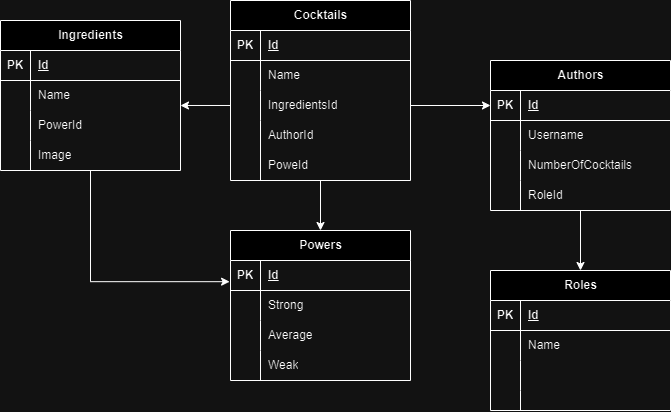
Before: database.drawio.png, a diagram exported from draw.io (exexeeeex/Funny-Cocktail). Source tidied: cells renumbered, new cells last; positions are measured from the earlier drawing's top-left corner, leaving out a move shared by most shapes.
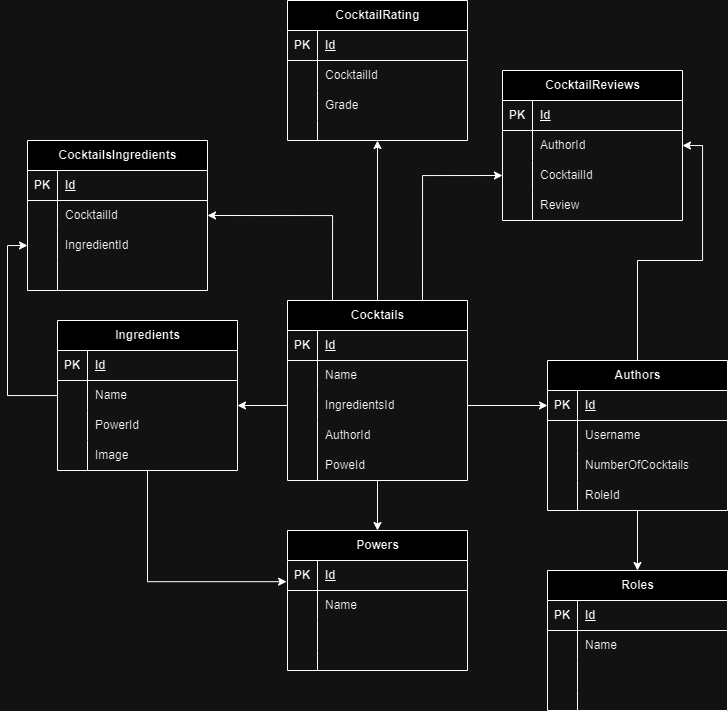
Later version of the same file.

Change to the diagram source:
```diff
@@ -5,6 +5,12 @@
     <mxCell id="2" style="edgeStyle=orthogonalEdgeStyle;rounded=0;jettySize=auto;html=1;entryX=0.5;entryY=0;entryDx=0;entryDy=0;" parent="1" edge="1" source="3" target="33">
       <mxGeometry relative="1" as="geometry" />
     </mxCell>
+    <mxCell id="77" style="edgeStyle=orthogonalEdgeStyle;rounded=0;jettySize=auto;html=1;exitX=0.25;exitY=0;exitDx=0;exitDy=0;entryX=1;entryY=0.5;entryDx=0;entryDy=0;" parent="1" edge="1" source="3" target="84">
+      <mxGeometry relative="1" as="geometry" />
+    </mxCell>
+    <mxCell id="78" style="edgeStyle=orthogonalEdgeStyle;rounded=0;jettySize=auto;html=1;exitX=0.75;exitY=0;exitDx=0;exitDy=0;entryX=0;entryY=0.5;entryDx=0;entryDy=0;" parent="1" edge="1" source="3" target="101">
+      <mxGeometry relative="1" as="geometry" />
+    </mxCell>
     <mxCell id="3" value="Cocktails" style="shape=table;startSize=30;rowLines=0;fontStyle=1;align=center;html=1;" parent="1" vertex="1">
       <mxGeometry x="230" width="180" height="180" as="geometry" />
     </mxCell>
@@ -53,6 +59,9 @@
     <mxCell id="18" style="edgeStyle=orthogonalEdgeStyle;rounded=0;jettySize=auto;html=1;entryX=0.5;entryY=0;entryDx=0;entryDy=0;" parent="1" edge="1" source="19" target="63">
       <mxGeometry relative="1" as="geometry" />
     </mxCell>
+    <mxCell id="79" style="edgeStyle=orthogonalEdgeStyle;rounded=0;jettySize=auto;html=1;entryX=1;entryY=0.5;entryDx=0;entryDy=0;" parent="1" edge="1" source="19" target="98">
+      <mxGeometry relative="1" as="geometry" />
+    </mxCell>
     <mxCell id="19" value="Authors" style="shape=table;startSize=30;rowLines=0;fontStyle=1;align=center;html=1;" parent="1" vertex="1">
       <mxGeometry x="490" y="60" width="180" height="150" as="geometry" />
     </mxCell>
@@ -96,7 +105,7 @@
       <mxGeometry relative="1" as="geometry" />
     </mxCell>
     <mxCell id="33" value="Powers" style="shape=table;startSize=30;rowLines=0;fontStyle=1;align=center;html=1;" parent="1" vertex="1">
-      <mxGeometry x="230" y="230" width="180" height="150" as="geometry" />
+      <mxGeometry x="230" y="230" width="180" height="140" as="geometry" />
     </mxCell>
     <mxCell id="34" style="shape=tableRow;horizontal=0;startSize=0;swimlaneHead=0;swimlaneBody=0;fillColor=none;points=[[0,0.5],[1,0.5]];portConstraint=eastwest;top=0;left=0;right=0;bottom=1;" parent="33" vertex="1">
       <mxGeometry y="30" width="180" height="30" as="geometry" />
@@ -113,7 +122,7 @@
     <mxCell id="38" style="shape=partialRectangle;fillColor=none;top=0;left=0;bottom=0;right=0;overflow=hidden;whiteSpace=wrap;html=1;" parent="37" vertex="1">
       <mxGeometry width="30" height="30" as="geometry" />
     </mxCell>
-    <mxCell id="39" value="Strong" style="shape=partialRectangle;fillColor=none;top=0;left=0;bottom=0;right=0;align=left;spacingLeft=6;overflow=hidden;whiteSpace=wrap;html=1;" parent="37" vertex="1">
+    <mxCell id="39" value="Name" style="shape=partialRectangle;fillColor=none;top=0;left=0;bottom=0;right=0;align=left;spacingLeft=6;overflow=hidden;whiteSpace=wrap;html=1;" parent="37" vertex="1">
       <mxGeometry x="30" width="150" height="30" as="geometry" />
     </mxCell>
     <mxCell id="40" style="shape=tableRow;horizontal=0;startSize=0;swimlaneHead=0;swimlaneBody=0;fillColor=none;top=0;left=0;right=0;bottom=0;" parent="33" vertex="1">
@@ -122,21 +131,18 @@
     <mxCell id="41" style="shape=partialRectangle;fillColor=none;top=0;left=0;bottom=0;right=0;overflow=hidden;whiteSpace=wrap;html=1;" parent="40" vertex="1">
       <mxGeometry width="30" height="30" as="geometry" />
     </mxCell>
-    <mxCell id="42" value="Average" style="shape=partialRectangle;fillColor=none;top=0;left=0;bottom=0;right=0;align=left;spacingLeft=6;overflow=hidden;whiteSpace=wrap;html=1;" parent="40" vertex="1">
+    <mxCell id="42" style="shape=partialRectangle;fillColor=none;top=0;left=0;bottom=0;right=0;align=left;spacingLeft=6;overflow=hidden;whiteSpace=wrap;html=1;" parent="40" vertex="1">
       <mxGeometry x="30" width="150" height="30" as="geometry" />
     </mxCell>
     <mxCell id="43" style="shape=tableRow;horizontal=0;startSize=0;swimlaneHead=0;swimlaneBody=0;fillColor=none;top=0;left=0;right=0;bottom=0;" parent="33" vertex="1">
-      <mxGeometry y="120" width="180" height="30" as="geometry" />
+      <mxGeometry y="120" width="180" height="20" as="geometry" />
     </mxCell>
     <mxCell id="44" style="shape=partialRectangle;fillColor=none;top=0;left=0;bottom=0;right=0;overflow=hidden;whiteSpace=wrap;html=1;" parent="43" vertex="1">
-      <mxGeometry width="30" height="30" as="geometry" />
+      <mxGeometry width="30" height="20" as="geometry" />
     </mxCell>
     <mxCell id="45" style="shape=partialRectangle;fillColor=none;top=0;left=0;bottom=0;right=0;align=left;spacingLeft=6;overflow=hidden;whiteSpace=wrap;html=1;" parent="43" vertex="1">
-      <mxGeometry x="30" width="150" height="30" as="geometry" />
+      <mxGeometry x="30" width="150" height="20" as="geometry" />
     </mxCell>
-    <mxCell id="46" value="Weak" style="shape=partialRectangle;fillColor=none;top=0;left=0;bottom=0;right=0;align=left;spacingLeft=6;overflow=hidden;whiteSpace=wrap;html=1;" parent="1" vertex="1">
-      <mxGeometry x="260" y="350" width="150" height="30" as="geometry" />
-    </mxCell>
     <mxCell id="47" value="Ingredients" style="shape=table;startSize=30;rowLines=0;fontStyle=1;align=center;html=1;" parent="1" vertex="1">
       <mxGeometry y="20" width="180" height="150" as="geometry" />
     </mxCell>
@@ -227,5 +233,128 @@
     <mxCell id="76" value="Image" style="shape=partialRectangle;fillColor=none;top=0;left=0;bottom=0;right=0;align=left;spacingLeft=6;overflow=hidden;whiteSpace=wrap;html=1;" parent="1" vertex="1">
       <mxGeometry x="30" y="140" width="150" height="30" as="geometry" />
     </mxCell>
+    <mxCell id="80" value="CocktailsIngredients" style="shape=table;startSize=30;rowLines=0;fontStyle=1;align=center;html=1;" parent="1" vertex="1">
+      <mxGeometry x="-30" y="-160" width="180" height="150" as="geometry" />
+    </mxCell>
+    <mxCell id="81" style="shape=tableRow;horizontal=0;startSize=0;swimlaneHead=0;swimlaneBody=0;fillColor=none;top=0;left=0;right=0;bottom=1;" parent="80" vertex="1">
+      <mxGeometry y="30" width="180" height="30" as="geometry" />
+    </mxCell>
+    <mxCell id="82" value="PK" style="shape=partialRectangle;fillColor=none;top=0;left=0;bottom=0;right=0;fontStyle=1;overflow=hidden;whiteSpace=wrap;html=1;" parent="81" vertex="1">
+      <mxGeometry width="30" height="30" as="geometry" />
+    </mxCell>
+    <mxCell id="83" value="Id" style="shape=partialRectangle;fillColor=none;top=0;left=0;bottom=0;right=0;align=left;spacingLeft=6;fontStyle=5;overflow=hidden;whiteSpace=wrap;html=1;" parent="81" vertex="1">
+      <mxGeometry x="30" width="150" height="30" as="geometry" />
+    </mxCell>
+    <mxCell id="84" style="shape=tableRow;horizontal=0;startSize=0;swimlaneHead=0;swimlaneBody=0;fillColor=none;points=[[0,0.5],[1,0.5]];portConstraint=eastwest;top=0;left=0;right=0;bottom=0;" parent="80" vertex="1">
+      <mxGeometry y="60" width="180" height="30" as="geometry" />
+    </mxCell>
+    <mxCell id="85" style="shape=partialRectangle;fillColor=none;top=0;left=0;bottom=0;right=0;overflow=hidden;whiteSpace=wrap;html=1;" parent="84" vertex="1">
+      <mxGeometry width="30" height="30" as="geometry" />
+    </mxCell>
+    <mxCell id="86" value="CocktailId" style="shape=partialRectangle;fillColor=none;top=0;left=0;bottom=0;right=0;align=left;spacingLeft=6;overflow=hidden;whiteSpace=wrap;html=1;" parent="84" vertex="1">
+      <mxGeometry x="30" width="150" height="30" as="geometry" />
+    </mxCell>
+    <mxCell id="87" style="shape=tableRow;horizontal=0;startSize=0;swimlaneHead=0;swimlaneBody=0;fillColor=none;points=[[0,0.5],[1,0.5]];portConstraint=eastwest;top=0;left=0;right=0;bottom=0;" parent="80" vertex="1">
+      <mxGeometry y="90" width="180" height="30" as="geometry" />
+    </mxCell>
+    <mxCell id="88" style="shape=partialRectangle;fillColor=none;top=0;left=0;bottom=0;right=0;overflow=hidden;whiteSpace=wrap;html=1;" parent="87" vertex="1">
+      <mxGeometry width="30" height="30" as="geometry" />
+    </mxCell>
+    <mxCell id="89" value="IngredientId" style="shape=partialRectangle;fillColor=none;top=0;left=0;bottom=0;right=0;align=left;spacingLeft=6;overflow=hidden;whiteSpace=wrap;html=1;" parent="87" vertex="1">
+      <mxGeometry x="30" width="150" height="30" as="geometry" />
+    </mxCell>
+    <mxCell id="90" style="shape=tableRow;horizontal=0;startSize=0;swimlaneHead=0;swimlaneBody=0;fillColor=none;top=0;left=0;right=0;bottom=0;" parent="80" vertex="1">
+      <mxGeometry y="120" width="180" height="30" as="geometry" />
+    </mxCell>
+    <mxCell id="91" style="shape=partialRectangle;fillColor=none;top=0;left=0;bottom=0;right=0;overflow=hidden;whiteSpace=wrap;html=1;" parent="90" vertex="1">
+      <mxGeometry width="30" height="30" as="geometry" />
+    </mxCell>
+    <mxCell id="92" style="shape=partialRectangle;fillColor=none;top=0;left=0;bottom=0;right=0;align=left;spacingLeft=6;overflow=hidden;whiteSpace=wrap;html=1;" parent="90" vertex="1">
+      <mxGeometry x="30" width="150" height="30" as="geometry" />
+    </mxCell>
+    <mxCell id="93" style="edgeStyle=orthogonalEdgeStyle;rounded=0;jettySize=auto;html=1;entryX=0;entryY=0.5;entryDx=0;entryDy=0;" parent="1" edge="1" source="51" target="87">
+      <mxGeometry relative="1" as="geometry" />
+    </mxCell>
+    <mxCell id="94" value="CocktailReviews" style="shape=table;startSize=30;rowLines=0;fontStyle=1;align=center;html=1;" parent="1" vertex="1">
+      <mxGeometry x="445" y="-230" width="180" height="150" as="geometry" />
+    </mxCell>
+    <mxCell id="95" style="shape=tableRow;horizontal=0;startSize=0;swimlaneHead=0;swimlaneBody=0;fillColor=none;top=0;left=0;right=0;bottom=1;" parent="94" vertex="1">
+      <mxGeometry y="30" width="180" height="30" as="geometry" />
+    </mxCell>
+    <mxCell id="96" value="PK" style="shape=partialRectangle;fillColor=none;top=0;left=0;bottom=0;right=0;fontStyle=1;overflow=hidden;whiteSpace=wrap;html=1;" parent="95" vertex="1">
+      <mxGeometry width="30" height="30" as="geometry" />
+    </mxCell>
+    <mxCell id="97" value="Id" style="shape=partialRectangle;fillColor=none;top=0;left=0;bottom=0;right=0;align=left;spacingLeft=6;fontStyle=5;overflow=hidden;whiteSpace=wrap;html=1;" parent="95" vertex="1">
+      <mxGeometry x="30" width="150" height="30" as="geometry" />
+    </mxCell>
+    <mxCell id="98" style="shape=tableRow;horizontal=0;startSize=0;swimlaneHead=0;swimlaneBody=0;fillColor=none;points=[[0,0.5],[1,0.5]];portConstraint=eastwest;top=0;left=0;right=0;bottom=0;" parent="94" vertex="1">
+      <mxGeometry y="60" width="180" height="30" as="geometry" />
+    </mxCell>
+    <mxCell id="99" style="shape=partialRectangle;fillColor=none;top=0;left=0;bottom=0;right=0;overflow=hidden;whiteSpace=wrap;html=1;" parent="98" vertex="1">
+      <mxGeometry width="30" height="30" as="geometry" />
+    </mxCell>
+    <mxCell id="100" value="AuthorId" style="shape=partialRectangle;fillColor=none;top=0;left=0;bottom=0;right=0;align=left;spacingLeft=6;overflow=hidden;whiteSpace=wrap;html=1;" parent="98" vertex="1">
+      <mxGeometry x="30" width="150" height="30" as="geometry" />
+    </mxCell>
+    <mxCell id="101" style="shape=tableRow;horizontal=0;startSize=0;swimlaneHead=0;swimlaneBody=0;fillColor=none;points=[[0,0.5],[1,0.5]];portConstraint=eastwest;top=0;left=0;right=0;bottom=0;" parent="94" vertex="1">
+      <mxGeometry y="90" width="180" height="30" as="geometry" />
+    </mxCell>
+    <mxCell id="102" style="shape=partialRectangle;fillColor=none;top=0;left=0;bottom=0;right=0;overflow=hidden;whiteSpace=wrap;html=1;" parent="101" vertex="1">
+      <mxGeometry width="30" height="30" as="geometry" />
+    </mxCell>
+    <mxCell id="103" value="CocktailId" style="shape=partialRectangle;fillColor=none;top=0;left=0;bottom=0;right=0;align=left;spacingLeft=6;overflow=hidden;whiteSpace=wrap;html=1;" parent="101" vertex="1">
+      <mxGeometry x="30" width="150" height="30" as="geometry" />
+    </mxCell>
+    <mxCell id="104" style="shape=tableRow;horizontal=0;startSize=0;swimlaneHead=0;swimlaneBody=0;fillColor=none;top=0;left=0;right=0;bottom=0;" parent="94" vertex="1">
+      <mxGeometry y="120" width="180" height="30" as="geometry" />
+    </mxCell>
+    <mxCell id="105" style="shape=partialRectangle;fillColor=none;top=0;left=0;bottom=0;right=0;overflow=hidden;whiteSpace=wrap;html=1;" parent="104" vertex="1">
+      <mxGeometry width="30" height="30" as="geometry" />
+    </mxCell>
+    <mxCell id="106" value="Review" style="shape=partialRectangle;fillColor=none;top=0;left=0;bottom=0;right=0;align=left;spacingLeft=6;overflow=hidden;whiteSpace=wrap;html=1;" parent="104" vertex="1">
+      <mxGeometry x="30" width="150" height="30" as="geometry" />
+    </mxCell>
+    <mxCell id="107" value="CocktailRating" style="shape=table;startSize=30;rowLines=0;fontStyle=1;align=center;html=1;" parent="1" vertex="1">
+      <mxGeometry x="230" y="-300" width="180" height="140" as="geometry" />
+    </mxCell>
+    <mxCell id="108" style="shape=tableRow;horizontal=0;startSize=0;swimlaneHead=0;swimlaneBody=0;fillColor=none;top=0;left=0;right=0;bottom=1;" parent="107" vertex="1">
+      <mxGeometry y="30" width="180" height="30" as="geometry" />
+    </mxCell>
+    <mxCell id="109" value="PK" style="shape=partialRectangle;fillColor=none;top=0;left=0;bottom=0;right=0;fontStyle=1;overflow=hidden;whiteSpace=wrap;html=1;" parent="108" vertex="1">
+      <mxGeometry width="30" height="30" as="geometry" />
+    </mxCell>
+    <mxCell id="110" value="Id" style="shape=partialRectangle;fillColor=none;top=0;left=0;bottom=0;right=0;align=left;spacingLeft=6;fontStyle=5;overflow=hidden;whiteSpace=wrap;html=1;" parent="108" vertex="1">
+      <mxGeometry x="30" width="150" height="30" as="geometry" />
+    </mxCell>
+    <mxCell id="111" style="shape=tableRow;horizontal=0;startSize=0;swimlaneHead=0;swimlaneBody=0;fillColor=none;top=0;left=0;right=0;bottom=0;" parent="107" vertex="1">
+      <mxGeometry y="60" width="180" height="30" as="geometry" />
+    </mxCell>
+    <mxCell id="112" style="shape=partialRectangle;fillColor=none;top=0;left=0;bottom=0;right=0;overflow=hidden;whiteSpace=wrap;html=1;" parent="111" vertex="1">
+      <mxGeometry width="30" height="30" as="geometry" />
+    </mxCell>
+    <mxCell id="113" value="CocktailId" style="shape=partialRectangle;fillColor=none;top=0;left=0;bottom=0;right=0;align=left;spacingLeft=6;overflow=hidden;whiteSpace=wrap;html=1;" parent="111" vertex="1">
+      <mxGeometry x="30" width="150" height="30" as="geometry" />
+    </mxCell>
+    <mxCell id="114" style="shape=tableRow;horizontal=0;startSize=0;swimlaneHead=0;swimlaneBody=0;fillColor=none;top=0;left=0;right=0;bottom=0;" parent="107" vertex="1">
+      <mxGeometry y="90" width="180" height="30" as="geometry" />
+    </mxCell>
+    <mxCell id="115" style="shape=partialRectangle;fillColor=none;top=0;left=0;bottom=0;right=0;overflow=hidden;whiteSpace=wrap;html=1;" parent="114" vertex="1">
+      <mxGeometry width="30" height="30" as="geometry" />
+    </mxCell>
+    <mxCell id="116" value="Grade" style="shape=partialRectangle;fillColor=none;top=0;left=0;bottom=0;right=0;align=left;spacingLeft=6;overflow=hidden;whiteSpace=wrap;html=1;" parent="114" vertex="1">
+      <mxGeometry x="30" width="150" height="30" as="geometry" />
+    </mxCell>
+    <mxCell id="117" style="shape=tableRow;horizontal=0;startSize=0;swimlaneHead=0;swimlaneBody=0;fillColor=none;points=[[0,0.5],[1,0.5]];portConstraint=eastwest;top=0;left=0;right=0;bottom=0;" parent="107" vertex="1">
+      <mxGeometry y="120" width="180" height="20" as="geometry" />
+    </mxCell>
+    <mxCell id="118" style="shape=partialRectangle;fillColor=none;top=0;left=0;bottom=0;right=0;overflow=hidden;whiteSpace=wrap;html=1;" parent="117" vertex="1">
+      <mxGeometry width="30" height="20" as="geometry" />
+    </mxCell>
+    <mxCell id="119" style="shape=partialRectangle;fillColor=none;top=0;left=0;bottom=0;right=0;align=left;spacingLeft=6;overflow=hidden;whiteSpace=wrap;html=1;" parent="117" vertex="1">
+      <mxGeometry x="30" width="150" height="20" as="geometry" />
+    </mxCell>
+    <mxCell id="120" style="edgeStyle=orthogonalEdgeStyle;rounded=0;jettySize=auto;html=1;entryX=0.5;entryY=1;entryDx=0;entryDy=0;entryPerimeter=0;" parent="1" edge="1" source="3" target="117">
+      <mxGeometry relative="1" as="geometry" />
+    </mxCell>
   </root>
 </mxGraphModel>
```
